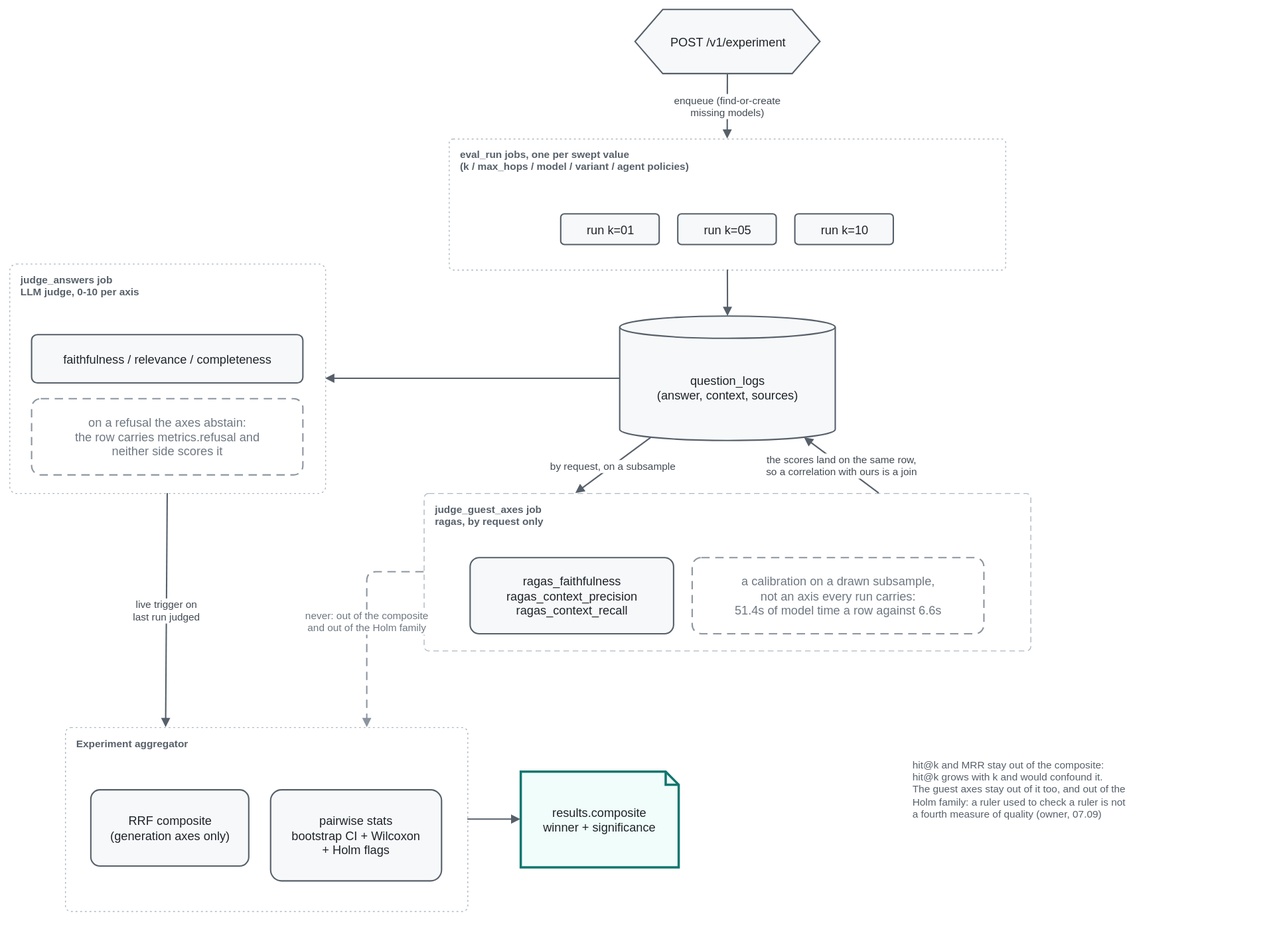
Before: docs/diagrams/eval_pipeline.drawio.svg, a diagram exported from draw.io (rikitikitav1/rag-lab). Source tidied: cells renumbered, new cells last; positions are measured from the earlier drawing's top-left corner, leaving out a move shared by most shapes.
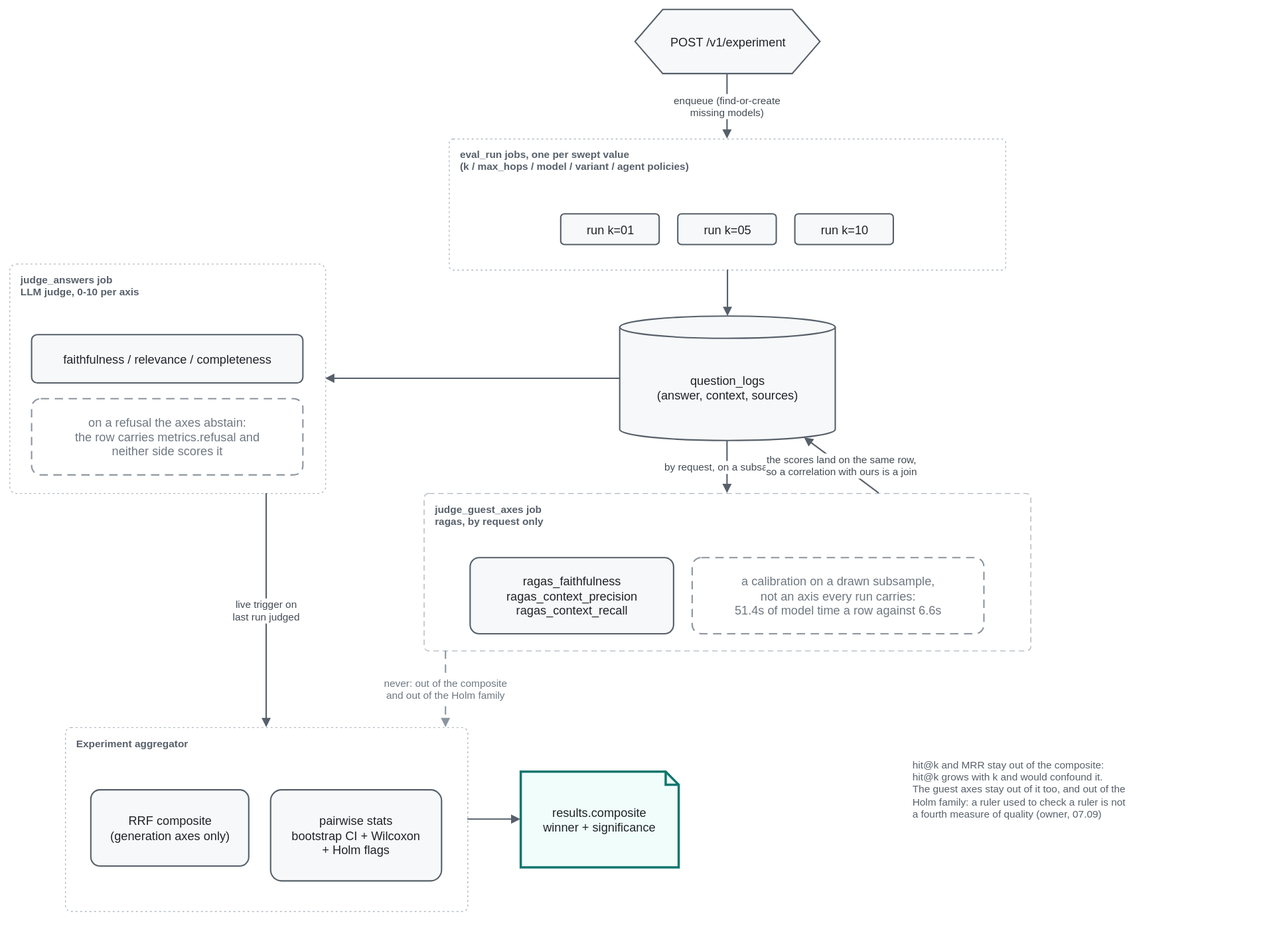
The same diagram one commit later.

Change to the diagram source:
```diff
@@ -26,7 +26,7 @@
     <mxCell id="9" value="faithfulness / relevance / completeness" style="rounded=1;arcSize=12;whiteSpace=wrap;html=0;fillColor=light-dark(#F6F8FA,#161B22);strokeColor=light-dark(#57606A,#8B949E);strokeWidth=1.5;fontColor=light-dark(#1F2328,#E6EDF3);fontFamily=Helvetica;fontSize=13;spacing=8;" parent="8" vertex="1">
       <mxGeometry x="24" y="76.5" width="292" height="52" as="geometry" />
     </mxCell>
-    <mxCell id="10" value="on a refusal the axes abstain:&#10;the row carries metrics.refusal and&#10;neither side scores it" style="rounded=1;arcSize=12;whiteSpace=wrap;html=0;fillColor=none;strokeColor=light-dark(#8C959F,#6E7681);strokeWidth=1.5;fontColor=light-dark(#6E7781,#8B949E);fontFamily=Helvetica;fontSize=13;spacing=8;dashed=1;dashPattern=6 4;" parent="8" vertex="1">
+    <mxCell id="10" value="on a refusal the axes abstain:&#10;the row carries metrics.refusal and&#10;neither side scores it" style="rounded=1;arcSize=12;whiteSpace=wrap;html=0;fillColor=light-dark(#FFFFFF,#0D1117);strokeColor=light-dark(#8C959F,#6E7681);strokeWidth=1.5;fontColor=light-dark(#6E7781,#8B949E);fontFamily=Helvetica;fontSize=13;spacing=8;dashed=1;dashPattern=6 4;" parent="8" vertex="1">
       <mxGeometry x="24" y="145.5" width="292" height="82" as="geometry" />
     </mxCell>
     <mxCell id="11" value="judge_guest_axes job&#10;ragas, by request only" style="rounded=1;arcSize=3;html=0;whiteSpace=wrap;verticalAlign=top;align=left;spacingLeft=10;spacingTop=4;fillColor=none;strokeColor=light-dark(#AFB8C1,#484F58);strokeWidth=1;dashed=1;dashPattern=6 4;fontStyle=1;fontSize=11;fontColor=light-dark(#57606A,#8B949E);fontFamily=Helvetica;" parent="1" vertex="1">
@@ -35,7 +35,7 @@
     <mxCell id="12" value="ragas_faithfulness&#10;ragas_context_precision&#10;ragas_context_recall" style="rounded=1;arcSize=12;whiteSpace=wrap;html=0;fillColor=light-dark(#F6F8FA,#161B22);strokeColor=light-dark(#57606A,#8B949E);strokeWidth=1.5;fontColor=light-dark(#1F2328,#E6EDF3);fontFamily=Helvetica;fontSize=13;spacing=8;" parent="11" vertex="1">
       <mxGeometry x="50" y="69.5" width="219" height="82" as="geometry" />
     </mxCell>
-    <mxCell id="13" value="a calibration on a drawn subsample,&#10;not an axis every run carries:&#10;51.4s of model time a row against 6.6s" style="rounded=1;arcSize=12;whiteSpace=wrap;html=0;fillColor=none;strokeColor=light-dark(#8C959F,#6E7681);strokeWidth=1.5;fontColor=light-dark(#6E7781,#8B949E);fontFamily=Helvetica;fontSize=13;spacing=8;dashed=1;dashPattern=6 4;" parent="11" vertex="1">
+    <mxCell id="13" value="a calibration on a drawn subsample,&#10;not an axis every run carries:&#10;51.4s of model time a row against 6.6s" style="rounded=1;arcSize=12;whiteSpace=wrap;html=0;fillColor=light-dark(#FFFFFF,#0D1117);strokeColor=light-dark(#8C959F,#6E7681);strokeWidth=1.5;fontColor=light-dark(#6E7781,#8B949E);fontFamily=Helvetica;fontSize=13;spacing=8;dashed=1;dashPattern=6 4;" parent="11" vertex="1">
       <mxGeometry x="289" y="69.5" width="314" height="82" as="geometry" />
     </mxCell>
     <mxCell id="14" value="Experiment aggregator" style="rounded=1;arcSize=3;html=0;whiteSpace=wrap;verticalAlign=top;align=left;spacingLeft=10;spacingTop=4;fillColor=none;strokeColor=light-dark(#AFB8C1,#484F58);strokeWidth=1;dashed=1;dashPattern=2 3;fontStyle=1;fontSize=11;fontColor=light-dark(#57606A,#8B949E);fontFamily=Helvetica;" parent="1" vertex="1">
@@ -53,34 +53,26 @@
     <mxCell id="18" value="hit@k and MRR stay out of the composite:&#10;hit@k grows with k and would confound it.&#10;The guest axes stay out of it too, and out of the&#10;Holm family: a ruler used to check a ruler is not&#10;a fourth measure of quality (owner, 07.09)" style="text;html=0;align=left;verticalAlign=top;whiteSpace=wrap;fontFamily=Helvetica;fontSize=11;fontColor=light-dark(#57606A,#8B949E);strokeColor=none;fillColor=none;" parent="1" vertex="1">
       <mxGeometry x="970" y="800" width="377" height="198" as="geometry" />
     </mxCell>
-    <mxCell id="19" value="enqueue (find-or-create&#10;missing models)" style="edgeStyle=none;rounded=1;curved=0;html=0;endArrow=block;endFill=1;strokeColor=light-dark(#57606A,#8B949E);strokeWidth=1.5;fontFamily=Helvetica;fontSize=11;fontColor=light-dark(#424A53,#C9D1D9);labelBackgroundColor=light-dark(#FFFFFF,#0D1117);" parent="1" edge="1" source="2" target="3">
+    <mxCell id="19" value="enqueue (find-or-create&#10;missing models)" style="edgeStyle=none;rounded=1;curved=0;html=0;endArrow=block;endFill=1;strokeColor=light-dark(#57606A,#8B949E);strokeWidth=1.5;fontFamily=Helvetica;fontSize=11;fontColor=light-dark(#424A53,#C9D1D9);labelBackgroundColor=light-dark(#FFFFFF,#0D1117);exitX=0.4975;exitY=1;entryX=0.5000;entryY=0;" parent="1" edge="1" source="2" target="3">
       <mxGeometry relative="1" as="geometry" />
     </mxCell>
-    <mxCell id="20" style="edgeStyle=none;rounded=1;curved=0;html=0;endArrow=block;endFill=1;strokeColor=light-dark(#57606A,#8B949E);strokeWidth=1.5;fontFamily=Helvetica;fontSize=11;fontColor=light-dark(#424A53,#C9D1D9);labelBackgroundColor=light-dark(#FFFFFF,#0D1117);entryDx=0;entryX=0.5;entryPerimeter=0;entryY=0;entryDy=0;" parent="1" edge="1" source="3" target="7">
-      <mxGeometry relative="1" as="geometry">
-        <Array as="points">
-          <mxPoint x="773" y="300" />
-        </Array>
-      </mxGeometry>
+    <mxCell id="20" style="edgeStyle=none;rounded=1;curved=0;html=0;endArrow=block;endFill=1;strokeColor=light-dark(#57606A,#8B949E);strokeWidth=1.5;fontFamily=Helvetica;fontSize=11;fontColor=light-dark(#424A53,#C9D1D9);labelBackgroundColor=light-dark(#FFFFFF,#0D1117);entryPerimeter=0;exitX=0.5008;exitY=1;entryX=0.5000;entryY=0;" parent="1" edge="1" source="3" target="7">
+      <mxGeometry relative="1" as="geometry" />
     </mxCell>
     <mxCell id="21" style="edgeStyle=none;rounded=1;curved=0;html=0;endArrow=block;endFill=1;strokeColor=light-dark(#57606A,#8B949E);strokeWidth=1.5;fontFamily=Helvetica;fontSize=11;fontColor=light-dark(#424A53,#C9D1D9);labelBackgroundColor=light-dark(#FFFFFF,#0D1117);exitY=0.5;entryDx=0;entryX=1;exitPerimeter=0;exitDx=0;entryY=0.5;exitX=0;exitDy=0;entryDy=0;" parent="1" edge="1" source="7" target="8">
       <mxGeometry relative="1" as="geometry" />
     </mxCell>
-    <mxCell id="22" value="by request, on a subsample" style="edgeStyle=none;rounded=1;curved=0;html=0;endArrow=block;endFill=1;strokeColor=light-dark(#57606A,#8B949E);strokeWidth=1.5;fontFamily=Helvetica;fontSize=11;fontColor=light-dark(#424A53,#C9D1D9);labelBackgroundColor=light-dark(#FFFFFF,#0D1117);exitY=1;entryDx=0;entryX=0.25;exitPerimeter=0;exitDx=0;entryY=0;exitX=0.145;exitDy=-3.4799999999999995;entryDy=0;" parent="1" edge="1" source="7" target="11">
+    <mxCell id="22" value="by request, on a subsample" style="edgeStyle=none;rounded=1;curved=0;html=0;endArrow=block;endFill=1;strokeColor=light-dark(#57606A,#8B949E);strokeWidth=1.5;fontFamily=Helvetica;fontSize=11;fontColor=light-dark(#424A53,#C9D1D9);labelBackgroundColor=light-dark(#FFFFFF,#0D1117);exitPerimeter=0;exitX=0.4978;exitY=1;entryX=0.5000;entryY=0;" parent="1" edge="1" source="7" target="11">
       <mxGeometry relative="1" as="geometry" />
     </mxCell>
     <mxCell id="23" value="the scores land on the same row,&#10;so a correlation with ours is a join" style="edgeStyle=none;rounded=1;curved=0;html=0;endArrow=block;endFill=1;strokeColor=light-dark(#57606A,#8B949E);strokeWidth=1.5;fontFamily=Helvetica;fontSize=11;fontColor=light-dark(#424A53,#C9D1D9);labelBackgroundColor=light-dark(#FFFFFF,#0D1117);exitY=0;entryDx=0;entryX=0.855;entryPerimeter=0;exitDx=0;entryY=1;exitX=0.75;exitDy=0;entryDy=-3.4799999999999995;" parent="1" edge="1" source="11" target="7">
       <mxGeometry relative="1" as="geometry" />
     </mxCell>
-    <mxCell id="24" value="live trigger on&#10;last run judged" style="edgeStyle=none;rounded=1;curved=0;html=0;endArrow=block;endFill=1;strokeColor=light-dark(#57606A,#8B949E);strokeWidth=1.5;fontFamily=Helvetica;fontSize=11;fontColor=light-dark(#424A53,#C9D1D9);labelBackgroundColor=light-dark(#FFFFFF,#0D1117);exitY=1;entryDx=0;entryX=0.25;exitDx=0;entryY=0;exitX=0.5;exitDy=0;entryDy=0;" parent="1" edge="1" source="8" target="14">
+    <mxCell id="24" value="live trigger on&#10;last run judged" style="edgeStyle=none;rounded=1;curved=0;html=0;endArrow=block;endFill=1;strokeColor=light-dark(#57606A,#8B949E);strokeWidth=1.5;fontFamily=Helvetica;fontSize=11;fontColor=light-dark(#424A53,#C9D1D9);labelBackgroundColor=light-dark(#FFFFFF,#0D1117);exitX=0.8132;exitY=1;entryX=0.5000;entryY=0;" parent="1" edge="1" source="8" target="14">
       <mxGeometry relative="1" as="geometry" />
     </mxCell>
-    <mxCell id="25" value="never: out of the composite&#10;and out of the Holm family" style="edgeStyle=none;rounded=1;curved=0;html=0;endArrow=block;endFill=1;strokeColor=light-dark(#8C959F,#6E7681);strokeWidth=1.5;fontFamily=Helvetica;fontSize=11;fontColor=light-dark(#6E7781,#8B949E);labelBackgroundColor=light-dark(#FFFFFF,#0D1117);dashed=1;dashPattern=6 4;exitY=0.5;entryDx=0;entryX=0.75;exitDx=0;entryY=0;exitX=0;exitDy=0;entryDy=0;" parent="1" edge="1" source="11" target="14">
-      <mxGeometry x="-0.01" relative="1" as="geometry">
-        <Array as="points">
-          <mxPoint x="384.8" y="605.2" />
-        </Array>
-      </mxGeometry>
+    <mxCell id="25" value="never: out of the composite&#10;and out of the Holm family" style="edgeStyle=none;rounded=1;curved=0;html=0;endArrow=block;endFill=1;strokeColor=light-dark(#8C959F,#6E7681);strokeWidth=1.5;fontFamily=Helvetica;fontSize=11;fontColor=light-dark(#6E7781,#8B949E);labelBackgroundColor=light-dark(#FFFFFF,#0D1117);dashed=1;dashPattern=6 4;exitX=0.0360;exitY=1;entryX=0.9457;entryY=0;" parent="1" edge="1" source="11" target="14">
+      <mxGeometry x="-0.01" relative="1" as="geometry" />
     </mxCell>
     <mxCell id="26" style="edgeStyle=none;rounded=1;curved=0;html=0;endArrow=block;endFill=1;strokeColor=light-dark(#57606A,#8B949E);strokeWidth=1.5;fontFamily=Helvetica;fontSize=11;fontColor=light-dark(#424A53,#C9D1D9);labelBackgroundColor=light-dark(#FFFFFF,#0D1117);exitY=0.5;exitDx=0;exitX=1;exitDy=0;" parent="1" edge="1" source="14" target="17">
       <mxGeometry relative="1" as="geometry" />
```
